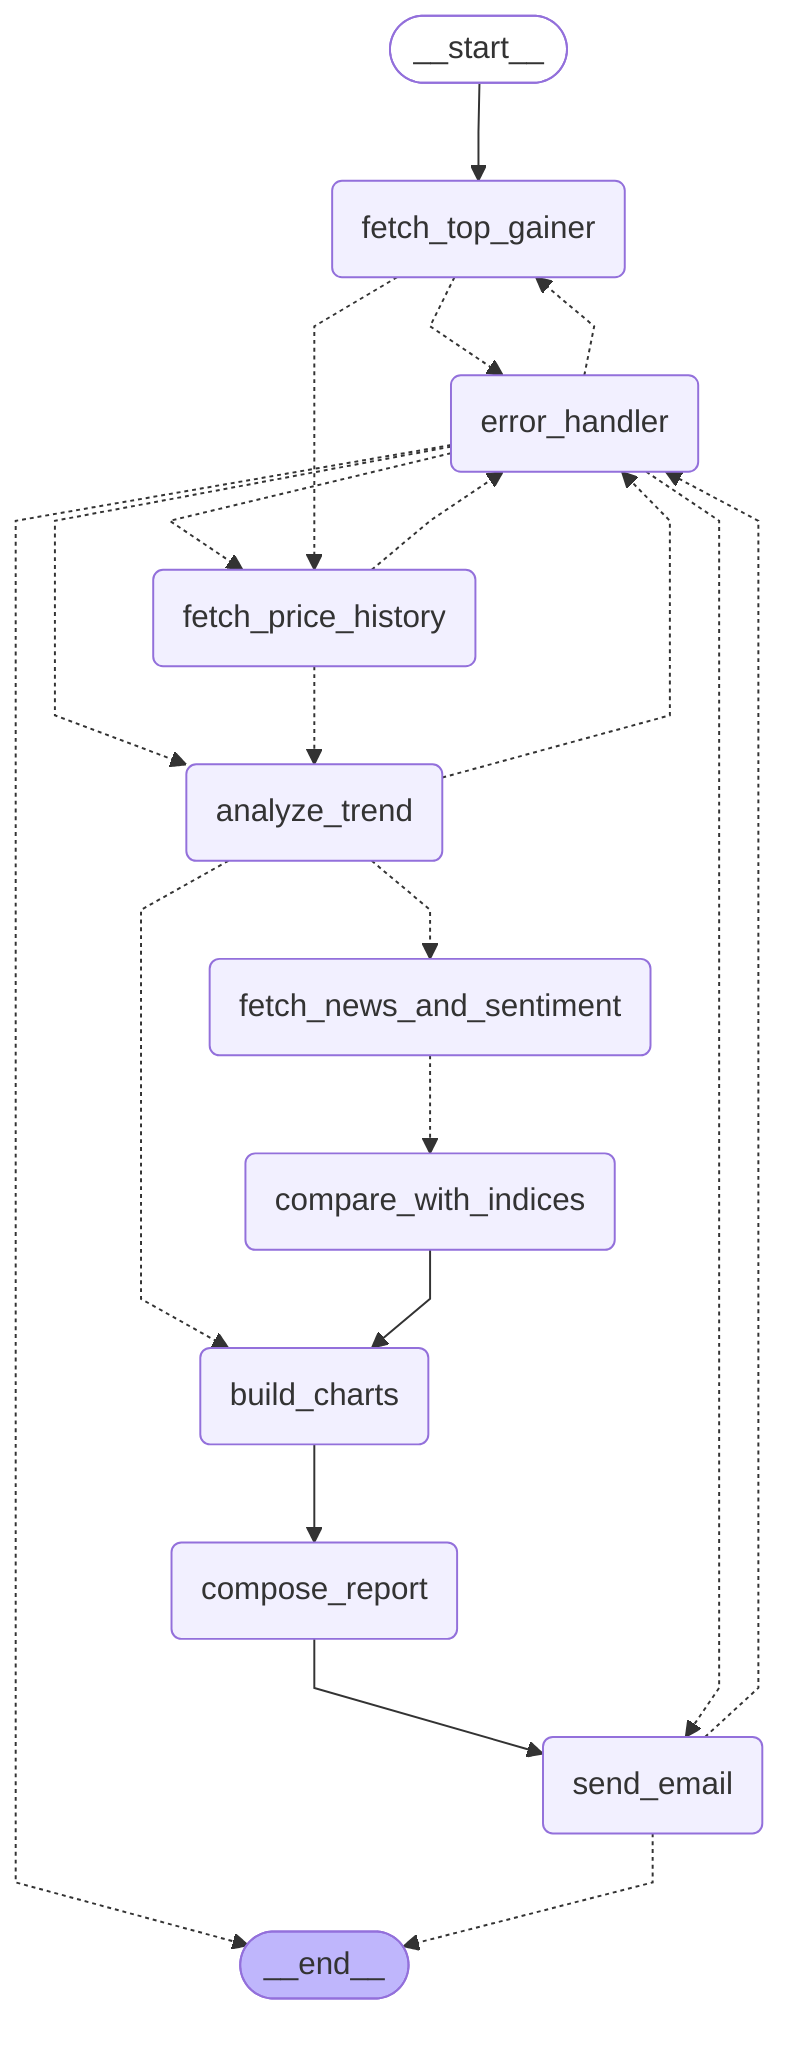
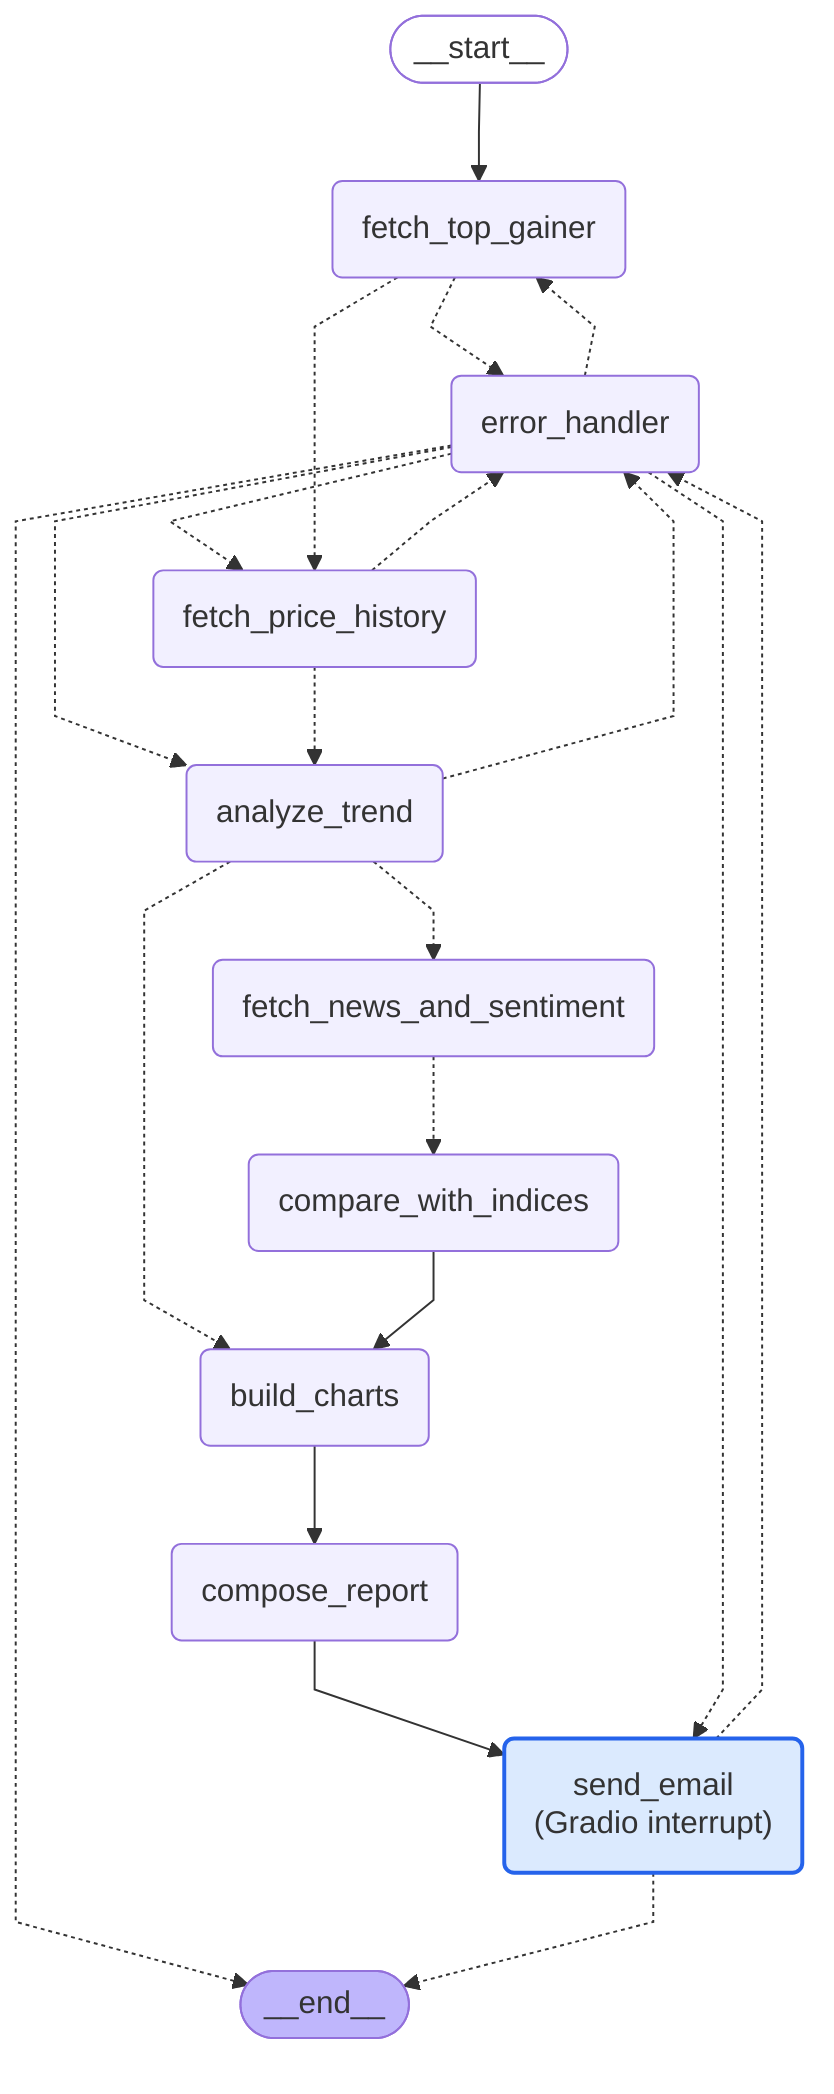
---
config:
  flowchart:
    curve: linear
---
graph TD;
+ 	%% Checkpointing: state persisted to SQLite after every node (.checkpoints/bestock.db). Gradio uses interrupt_before send_email.
+ 
	__start__([<p>__start__</p>]):::first
	fetch_top_gainer(fetch_top_gainer)
	fetch_price_history(fetch_price_history)
	analyze_trend(analyze_trend)
	fetch_news_and_sentiment(fetch_news_and_sentiment)
	compare_with_indices(compare_with_indices)
	build_charts(build_charts)
	compose_report(compose_report)
- 	send_email(send_email)
+ 	send_email("send_email<br/>(Gradio interrupt)"):::hitl
	error_handler(error_handler)
	__end__([<p>__end__</p>]):::last
	__start__ --> fetch_top_gainer;
	analyze_trend -.-> build_charts;
	analyze_trend -.-> error_handler;
	analyze_trend -.-> fetch_news_and_sentiment;
	build_charts --> compose_report;
	compare_with_indices --> build_charts;
	compose_report --> send_email;
	error_handler -.-> __end__;
	error_handler -.-> analyze_trend;
	error_handler -.-> fetch_price_history;
	error_handler -.-> fetch_top_gainer;
	error_handler -.-> send_email;
	fetch_news_and_sentiment -.-> compare_with_indices;
	fetch_price_history -.-> analyze_trend;
	fetch_price_history -.-> error_handler;
	fetch_top_gainer -.-> error_handler;
	fetch_top_gainer -.-> fetch_price_history;
	send_email -.-> __end__;
	send_email -.-> error_handler;
	classDef default fill:#f2f0ff,line-height:1.2
	classDef first fill-opacity:0
+ 	classDef hitl fill:#dbeafe,stroke:#2563eb,stroke-width:2px
	classDef last fill:#bfb6fc
